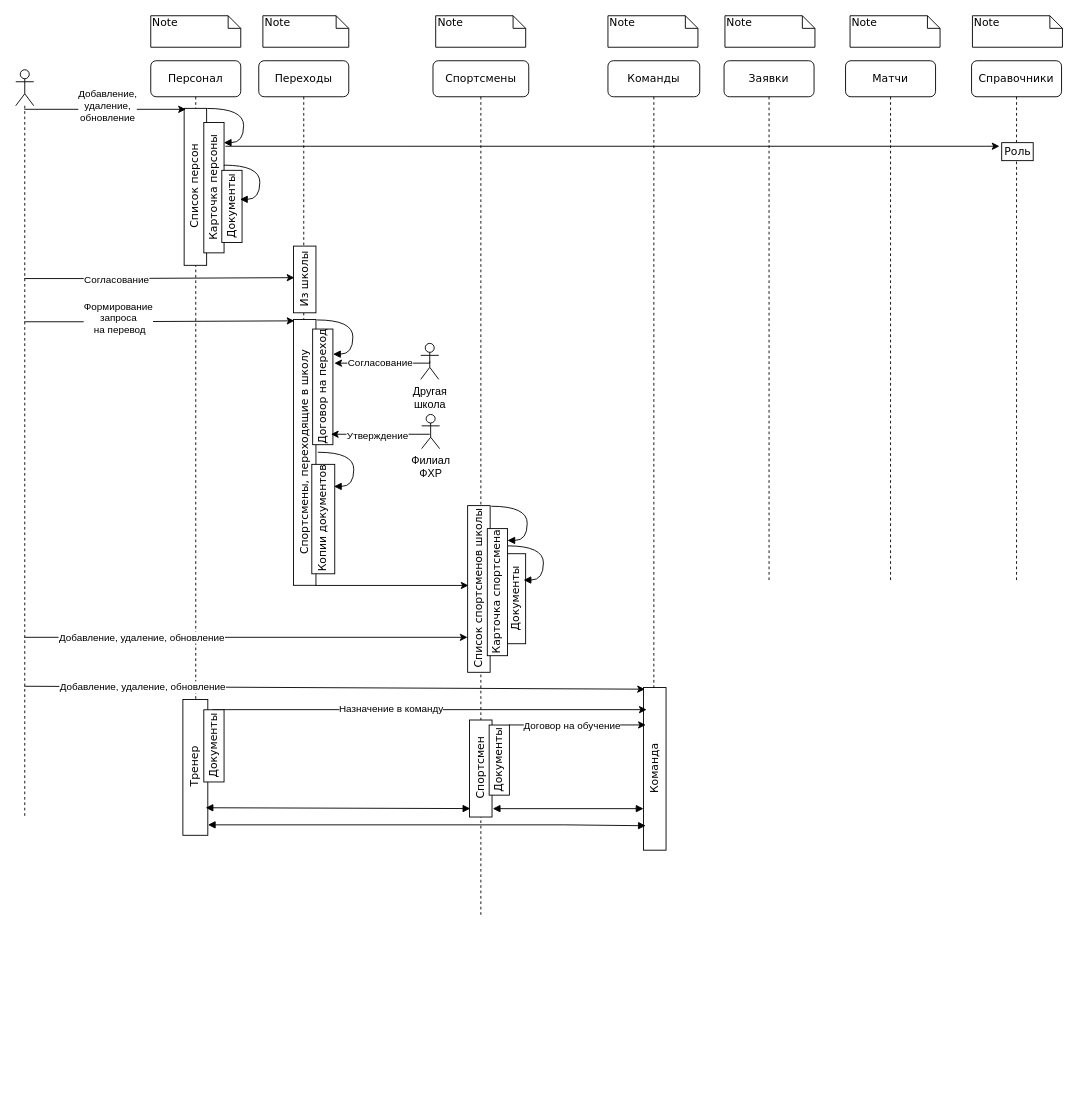
OlgaTalipova/FHRT keeps this draw.io diagram as Диаграмма без названия.drawio. Above is the earlier version. Source tidied: cells renumbered, new cells numbered last; positions are measured from the earlier drawing's top-left corner, leaving out a move shared by most shapes. Both pictures are drawn from the tidied source at 90%, with x=0, y=0 at pixel (15, 15).
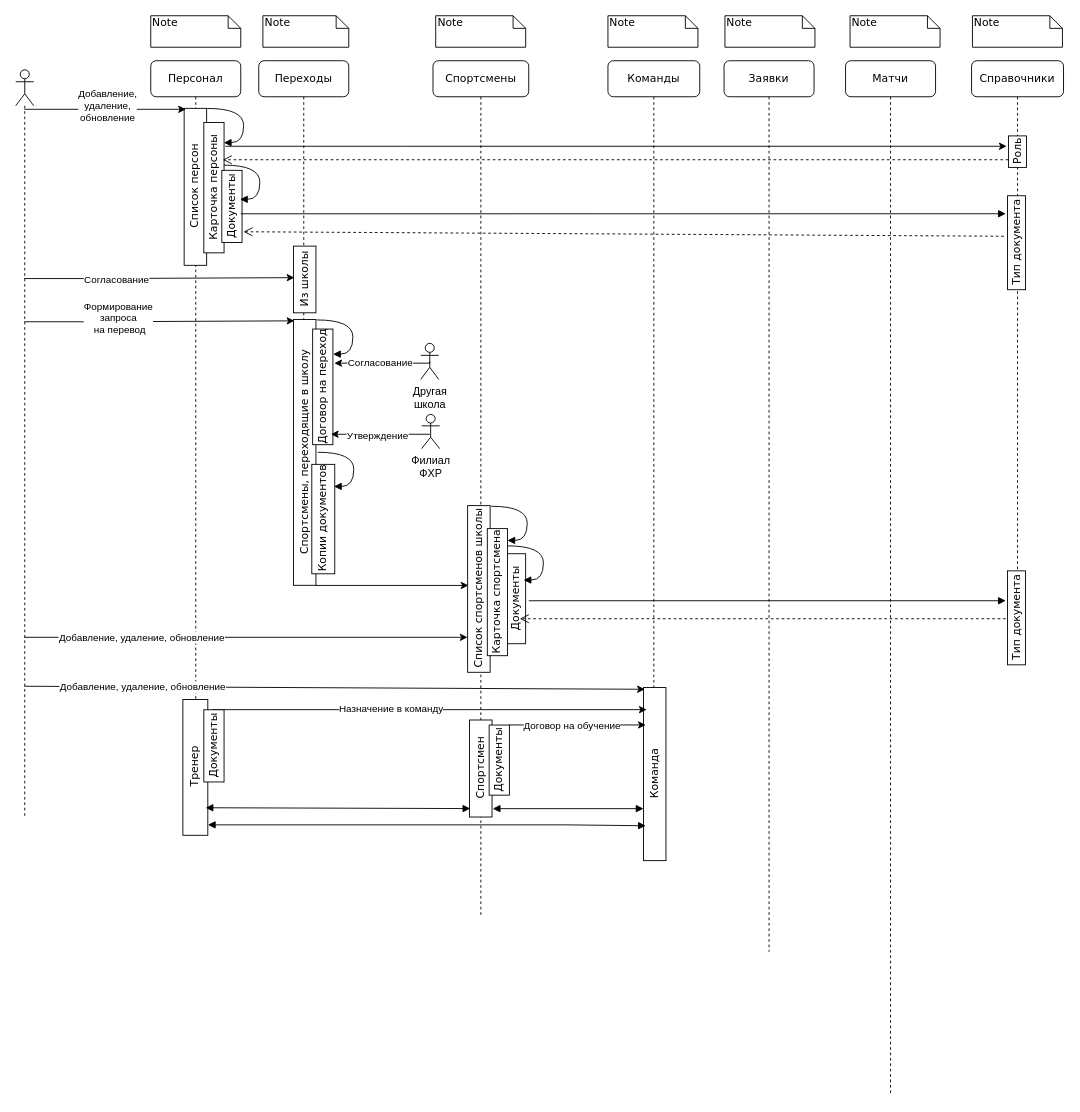
The same diagram, later.

The change refers to these unchanged cells:
```xml
<mxCell id="2" value="Команды" style="shape=umlLifeline;perimeter=lifelinePerimeter;whiteSpace=wrap;html=1;rounded=1;shadow=0;comic=0;labelBackgroundColor=none;strokeWidth=1;fontFamily=Verdana;fontSize=12;align=center;" parent="1" vertex="1">
  <mxGeometry x="658" y="50" width="102" height="860" as="geometry" />
</mxCell>
<mxCell id="10" value="&lt;div style=&quot;direction: ltr;&quot;&gt;&lt;span style=&quot;background-color: initial;&quot;&gt;Документы&lt;/span&gt;&lt;/div&gt;" style="html=1;points=[];perimeter=orthogonalPerimeter;rounded=0;shadow=0;comic=0;labelBackgroundColor=none;strokeWidth=1;fontFamily=Verdana;fontSize=12;align=center;direction=west;rotation=-90;" parent="7" vertex="1">
  <mxGeometry x="50.1" y="150.6" width="80.2" height="22.5" as="geometry" />
</mxCell>
```

The edit, as a diff of the source:
```diff
@@
     <mxCell id="3" value="Команда" style="html=1;points=[];perimeter=orthogonalPerimeter;rounded=0;shadow=0;comic=0;labelBackgroundColor=none;strokeWidth=1;fontFamily=Verdana;fontSize=12;align=center;direction=north;rotation=-90;" parent="2" vertex="1">
-      <mxGeometry x="-38.3" y="774.3" width="180.7" height="25" as="geometry" />
+      <mxGeometry x="-44.2" y="780.1" width="192.3" height="25" as="geometry" />
     </mxCell>
     <mxCell id="4" value="Матчи" style="shape=umlLifeline;perimeter=lifelinePerimeter;whiteSpace=wrap;html=1;rounded=1;shadow=0;comic=0;labelBackgroundColor=none;strokeWidth=1;fontFamily=Verdana;fontSize=12;align=center;" parent="1" vertex="1">
-      <mxGeometry x="922" y="50" width="100" height="580" as="geometry" />
+      <mxGeometry x="922" y="50" width="100" height="1150" as="geometry" />
     </mxCell>
     <mxCell id="5" value="Справочники" style="shape=umlLifeline;perimeter=lifelinePerimeter;whiteSpace=wrap;html=1;rounded=1;shadow=0;comic=0;labelBackgroundColor=none;strokeWidth=1;fontFamily=Verdana;fontSize=12;align=center;" parent="1" vertex="1">
-      <mxGeometry x="1062" y="50" width="100" height="580" as="geometry" />
+      <mxGeometry x="1062" y="50" width="102.2" height="580" as="geometry" />
     </mxCell>
-    <mxCell id="6" value="Роль" style="html=1;points=[];perimeter=orthogonalPerimeter;rounded=0;shadow=0;comic=0;labelBackgroundColor=none;strokeWidth=1;fontFamily=Verdana;fontSize=12;align=center;" parent="5" vertex="1">
+    <mxCell id="6" value="Роль" style="html=1;points=[];perimeter=orthogonalPerimeter;rounded=0;shadow=0;comic=0;labelBackgroundColor=none;strokeWidth=1;fontFamily=Verdana;fontSize=12;align=center;rotation=-90;" parent="5" vertex="1">
       <mxGeometry x="33.5" y="91" width="35" height="20" as="geometry" />
     </mxCell>
+    <mxCell id="64" value="Тип документа" style="html=1;points=[];perimeter=orthogonalPerimeter;rounded=0;shadow=0;comic=0;labelBackgroundColor=none;strokeWidth=1;fontFamily=Verdana;fontSize=12;align=center;rotation=-90;" parent="5" vertex="1">
+      <mxGeometry x="-2.2" y="192.2" width="104.4" height="20" as="geometry" />
+    </mxCell>
@@
-    <mxCell id="20" style="endArrow=classic;html=1;rounded=0;entryX=-0.071;entryY=0.2;entryDx=0;entryDy=0;entryPerimeter=0;" parent="1" edge="1" target="6">
+    <mxCell id="20" style="endArrow=classic;html=1;rounded=0;entryX=0.671;entryY=-0.1;entryDx=0;entryDy=0;entryPerimeter=0;" parent="1" edge="1" target="6">
       <mxGeometry relative="1" as="geometry">
         <mxPoint x="233" y="145" as="sourcePoint" />
         <Array as="points">
           <mxPoint x="427" y="145" />
         </Array>
       </mxGeometry>
     </mxCell>
@@
     <mxCell id="42" value="Заявки" style="shape=umlLifeline;perimeter=lifelinePerimeter;whiteSpace=wrap;html=1;rounded=1;shadow=0;comic=0;labelBackgroundColor=none;strokeWidth=1;fontFamily=Verdana;fontSize=12;align=center;" parent="1" vertex="1">
-      <mxGeometry x="787" y="50" width="100" height="580" as="geometry" />
+      <mxGeometry x="787" y="50" width="100" height="990" as="geometry" />
     </mxCell>
@@
+    <mxCell id="65" style="html=1;verticalAlign=bottom;endArrow=block;curved=0;rounded=0;exitX=0.602;exitY=0.064;exitDx=0;exitDy=0;exitPerimeter=0;" parent="1" edge="1" source="10">
+      <mxGeometry relative="1" as="geometry">
+        <mxPoint x="1100" y="220" as="targetPoint" />
+      </mxGeometry>
+    </mxCell>
+    <mxCell id="66" value="Тип документа" style="html=1;perimeter=orthogonalPerimeter;rounded=0;shadow=0;comic=0;labelBackgroundColor=none;strokeWidth=1;fontFamily=Verdana;fontSize=12;align=center;rotation=-90;" parent="1" vertex="1">
+      <mxGeometry x="1059.8" y="659" width="104.4" height="20" as="geometry" />
+    </mxCell>
+    <mxCell id="67" style="html=1;verticalAlign=bottom;endArrow=open;dashed=1;endSize=8;curved=0;rounded=0;exitX=0.569;exitY=-0.201;exitDx=0;exitDy=0;exitPerimeter=0;entryX=0.851;entryY=-0.069;entryDx=0;entryDy=0;entryPerimeter=0;" parent="1" edge="1" source="64" target="10">
+      <mxGeometry relative="1" as="geometry" />
+    </mxCell>
+    <mxCell id="68" style="html=1;verticalAlign=bottom;endArrow=open;dashed=1;endSize=8;curved=0;rounded=0;exitX=0.243;exitY=0;exitDx=0;exitDy=0;exitPerimeter=0;" parent="1" edge="1" source="6">
+      <mxGeometry relative="1" as="geometry">
+        <mxPoint x="230" y="160" as="targetPoint" />
+      </mxGeometry>
+    </mxCell>
+    <mxCell id="69" style="html=1;verticalAlign=bottom;endArrow=block;curved=0;rounded=0;" parent="1" edge="1">
+      <mxGeometry relative="1" as="geometry">
+        <mxPoint x="570" y="650" as="sourcePoint" />
+        <mxPoint x="1100" y="650" as="targetPoint" />
+      </mxGeometry>
+    </mxCell>
+    <mxCell id="70" style="html=1;verticalAlign=bottom;endArrow=open;dashed=1;endSize=8;curved=0;rounded=0;" parent="1" edge="1">
+      <mxGeometry relative="1" as="geometry">
+        <mxPoint x="1100" y="670" as="sourcePoint" />
+        <mxPoint x="560" y="670" as="targetPoint" />
+      </mxGeometry>
+    </mxCell>
```
